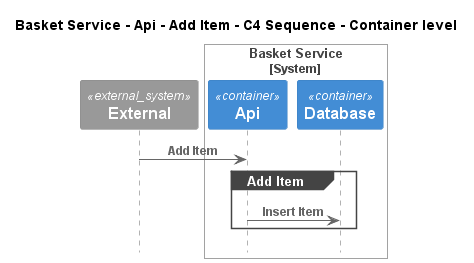
The PlantUML diagram e-commerce-platform/Software Systems/Basket Service/Containers/Api/Interfaces/Add Item/Container - C4 Sequence.png in C4InterFlow/architecture-as-code-samples, before a commit. Its diagram source:
```plantuml
@startuml
!pragma layout smetana
!include ..\..\..\..\..\..\.c4s\C4_Sequence.puml

title Basket Service - Api - Add Item - C4 Sequence - Container level

System_Ext(C4InterFlow.SoftwareSystems.ExternalSystem, "External", "")

System_Boundary(ECommercePlatform.SoftwareSystems.BasketService, "Basket Service")
    Container(ECommercePlatform.SoftwareSystems.BasketService.Containers.Api, "Api", "", "")
    Container(ECommercePlatform.SoftwareSystems.BasketService.Containers.Database, "Database", "", "")
Boundary_End()

Rel(C4InterFlow.SoftwareSystems.ExternalSystem, ECommercePlatform.SoftwareSystems.BasketService.Containers.Api, "Add Item")
group Add Item
Rel(ECommercePlatform.SoftwareSystems.BasketService.Containers.Api, ECommercePlatform.SoftwareSystems.BasketService.Containers.Database, "Insert Item")
end


@enduml
```
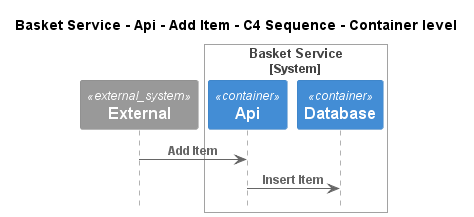
Above is the later version.

The edit, as a diff of the source:
```diff
@@ -12,9 +12,7 @@
 Boundary_End()
 
 Rel(C4InterFlow.SoftwareSystems.ExternalSystem, ECommercePlatform.SoftwareSystems.BasketService.Containers.Api, "Add Item")
-group Add Item
 Rel(ECommercePlatform.SoftwareSystems.BasketService.Containers.Api, ECommercePlatform.SoftwareSystems.BasketService.Containers.Database, "Insert Item")
-end
 
 
 @enduml
```
